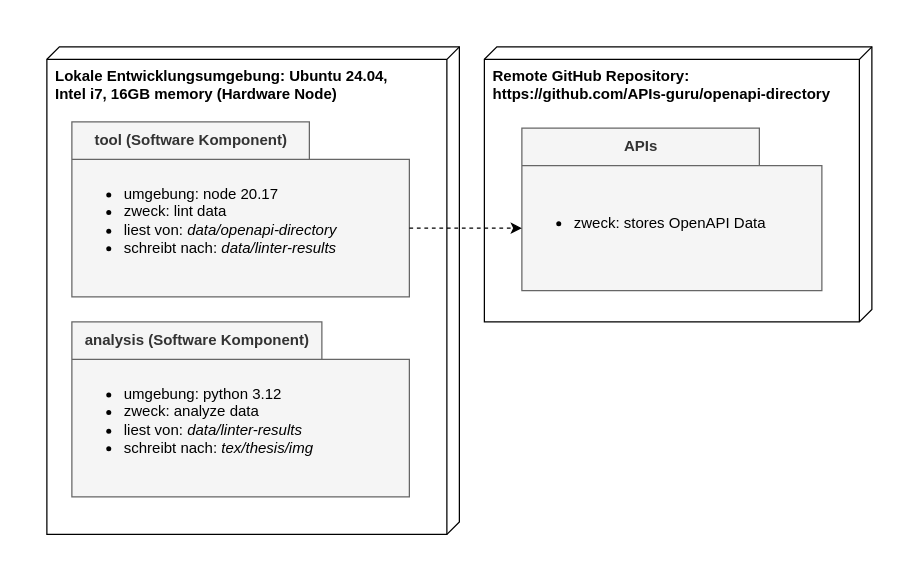
Above: requirements/diagram/deploymentview.drawio in paulbrenker/thesis (draw.io), before the change. Source tidied: cells renumbered, new cells numbered last; positions are measured from the earlier drawing's top-left corner, leaving out a move shared by most shapes. Both pictures are drawn from the tidied source at 125%, with x=0, y=0 at pixel (21, 21).
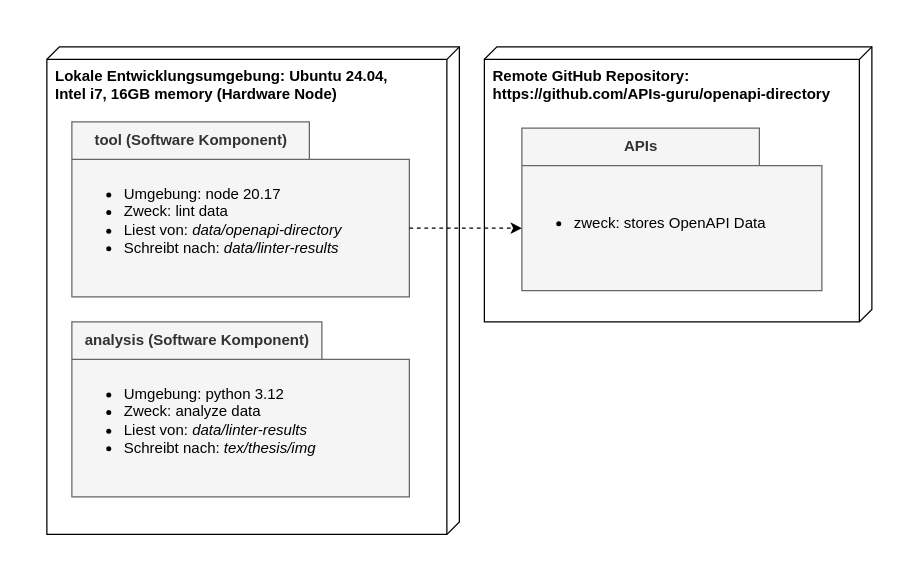
After the change.

The edit, as a diff of the source:
```diff
@@
 <mxGraphModel>
   <root>
     <mxCell id="0" />
     <mxCell id="1" parent="0" />
     <mxCell id="2" style="rounded=0;whiteSpace=wrap;html=1;strokeWidth=0;strokeColor=none;" parent="1" vertex="1">
       <mxGeometry width="700" height="430" as="geometry" />
     </mxCell>
     <mxCell id="3" value="&lt;b&gt;Lokale Entwicklungsumgebung: Ubuntu 24.04,&amp;nbsp;&lt;br&gt;Intel i7, 16GB memory (Hardware Node)&lt;/b&gt;" style="verticalAlign=top;align=left;shape=cube;size=10;direction=south;fontStyle=0;html=1;boundedLbl=1;spacingLeft=5;" parent="1" vertex="1">
       <mxGeometry x="20" y="20" width="330" height="390" as="geometry" />
     </mxCell>
     <mxCell id="4" value="tool (Software Komponent)" style="shape=folder;fontStyle=1;tabWidth=190;tabHeight=30;tabPosition=left;html=1;boundedLbl=1;labelInHeader=1;fillColor=#f5f5f5;fontColor=#333333;strokeColor=#666666;" parent="1" vertex="1">
       <mxGeometry x="40" y="80" width="270" height="140" as="geometry" />
     </mxCell>
-    <mxCell id="5" value="&lt;ul&gt;&lt;li&gt;umgebung: node 20.17&lt;/li&gt;&lt;li&gt;zweck: lint data&lt;i&gt;&lt;br&gt;&lt;/i&gt;&lt;/li&gt;&lt;li&gt;liest von:&amp;nbsp;&lt;i&gt;data/openapi-directory&lt;/i&gt;&lt;/li&gt;&lt;li&gt;schreibt nach:&amp;nbsp;&lt;i&gt;data/linter-results&lt;/i&gt;&lt;/li&gt;&lt;/ul&gt;" style="html=1;strokeColor=none;fillColor=none;align=left;" parent="4" vertex="1">
+    <mxCell id="5" value="&lt;ul&gt;&lt;li&gt;Umgebung: node 20.17&lt;/li&gt;&lt;li&gt;Zweck: lint data&lt;i&gt;&lt;br&gt;&lt;/i&gt;&lt;/li&gt;&lt;li&gt;Liest von:&amp;nbsp;&lt;i&gt;data/openapi-directory&lt;/i&gt;&lt;/li&gt;&lt;li&gt;Schreibt nach:&amp;nbsp;&lt;i&gt;data/linter-results&lt;/i&gt;&lt;/li&gt;&lt;/ul&gt;" style="html=1;strokeColor=none;fillColor=none;align=left;" parent="4" vertex="1">
       <mxGeometry width="270" height="98" relative="1" as="geometry">
         <mxPoint y="30" as="offset" />
       </mxGeometry>
     </mxCell>
     <mxCell id="6" value="analysis (Software Komponent)" style="shape=folder;fontStyle=1;tabWidth=200;tabHeight=30;tabPosition=left;html=1;boundedLbl=1;labelInHeader=1;fillColor=#f5f5f5;fontColor=#333333;strokeColor=#666666;" parent="1" vertex="1">
       <mxGeometry x="40" y="240" width="270" height="140" as="geometry" />
     </mxCell>
-    <mxCell id="7" value="&lt;ul&gt;&lt;li&gt;umgebung: python 3.12&lt;/li&gt;&lt;li&gt;zweck: analyze data&lt;/li&gt;&lt;li&gt;liest von: &lt;i&gt;data/linter-results&lt;/i&gt;&lt;/li&gt;&lt;li&gt;schreibt nach: &lt;i&gt;tex/thesis/img&lt;/i&gt;&lt;/li&gt;&lt;/ul&gt;" style="html=1;strokeColor=none;fillColor=none;align=left;" parent="6" vertex="1">
+    <mxCell id="7" value="&lt;ul&gt;&lt;li&gt;Umgebung: python 3.12&lt;/li&gt;&lt;li&gt;Zweck: analyze data&lt;/li&gt;&lt;li&gt;Liest von: &lt;i&gt;data/linter-results&lt;/i&gt;&lt;/li&gt;&lt;li&gt;Schreibt nach: &lt;i&gt;tex/thesis/img&lt;/i&gt;&lt;/li&gt;&lt;/ul&gt;" style="html=1;strokeColor=none;fillColor=none;align=left;" parent="6" vertex="1">
       <mxGeometry width="270" height="98" relative="1" as="geometry">
         <mxPoint y="30" as="offset" />
       </mxGeometry>
     </mxCell>
     <mxCell id="8" value="&lt;b&gt;Remote GitHub Repository:&amp;nbsp;&lt;br&gt;https://github.com/APIs-guru/openapi-directory&lt;/b&gt;" style="verticalAlign=top;align=left;shape=cube;size=10;direction=south;fontStyle=0;html=1;boundedLbl=1;spacingLeft=5;" parent="1" vertex="1">
       <mxGeometry x="370" y="20" width="310" height="220" as="geometry" />
     </mxCell>
     <mxCell id="9" value="APIs" style="shape=folder;fontStyle=1;tabWidth=190;tabHeight=30;tabPosition=left;html=1;boundedLbl=1;labelInHeader=1;fillColor=#f5f5f5;fontColor=#333333;strokeColor=#666666;" parent="1" vertex="1">
       <mxGeometry x="400" y="85" width="240" height="130" as="geometry" />
     </mxCell>
     <mxCell id="10" value="&lt;ul&gt;&lt;li&gt;&lt;span style=&quot;background-color: initial;&quot;&gt;zweck: stores OpenAPI Data&lt;/span&gt;&lt;/li&gt;&lt;/ul&gt;" style="html=1;strokeColor=none;fillColor=none;align=left;" parent="9" vertex="1">
       <mxGeometry width="240" height="91" relative="1" as="geometry">
         <mxPoint y="30" as="offset" />
       </mxGeometry>
     </mxCell>
     <mxCell id="11" style="endArrow=classic;html=1;exitX=0;exitY=0;exitDx=270;exitDy=85;exitPerimeter=0;entryX=0;entryY=0;entryDx=0;entryDy=80;entryPerimeter=0;dashed=1;" parent="1" edge="1" source="4" target="9">
       <mxGeometry relative="1" as="geometry" />
     </mxCell>
   </root>
 </mxGraphModel>
```
